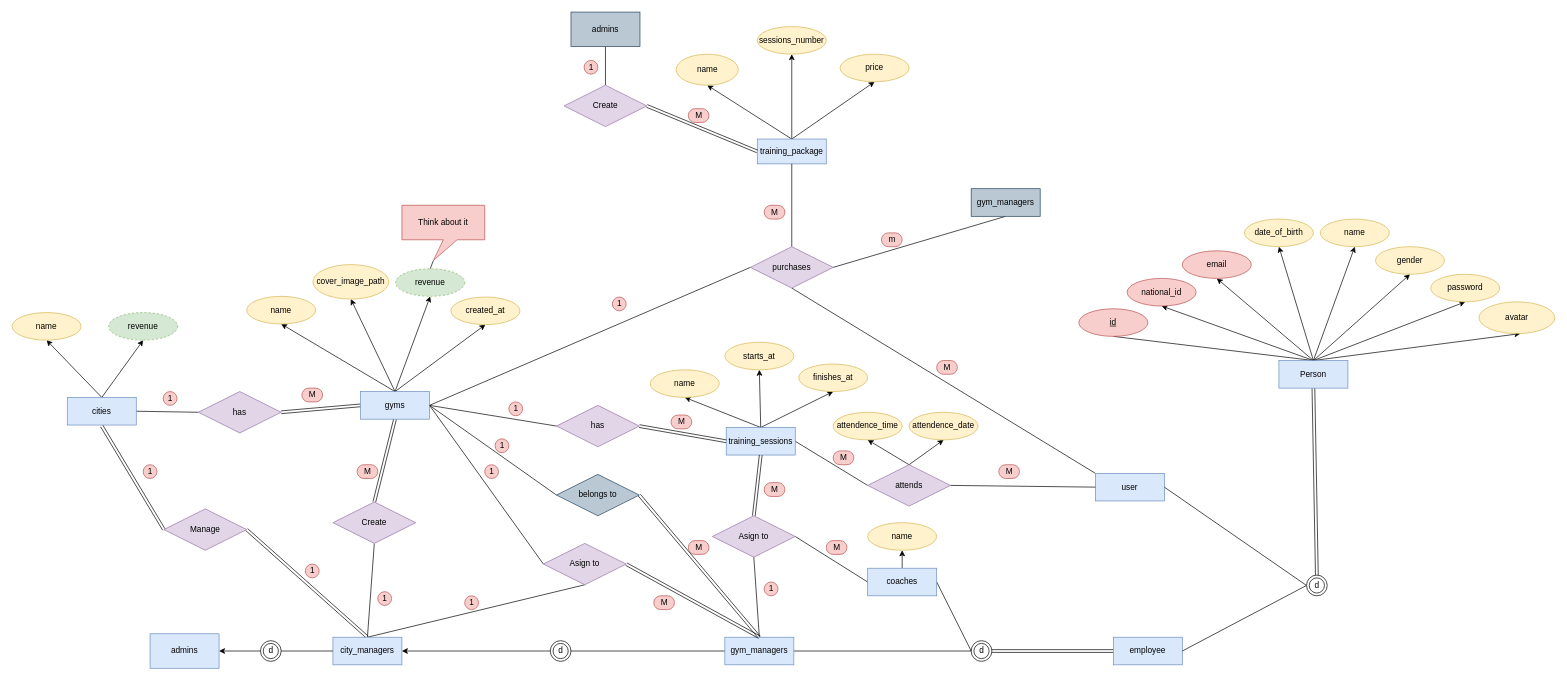
This is page "Final Enhanced ERD" (1 of 2) of 00 Project Material/01 Database/00 ERD/ERD.drawio from ashrafeldawody/GYM-APP, a draw.io file, before an edit. Source tidied: cells renumbered, new cells numbered last; positions are measured from the earlier drawing's top-left corner, leaving out a move shared by most shapes. Both pictures are drawn from the tidied source at 69%, with x=0, y=0 at pixel (12, 12).
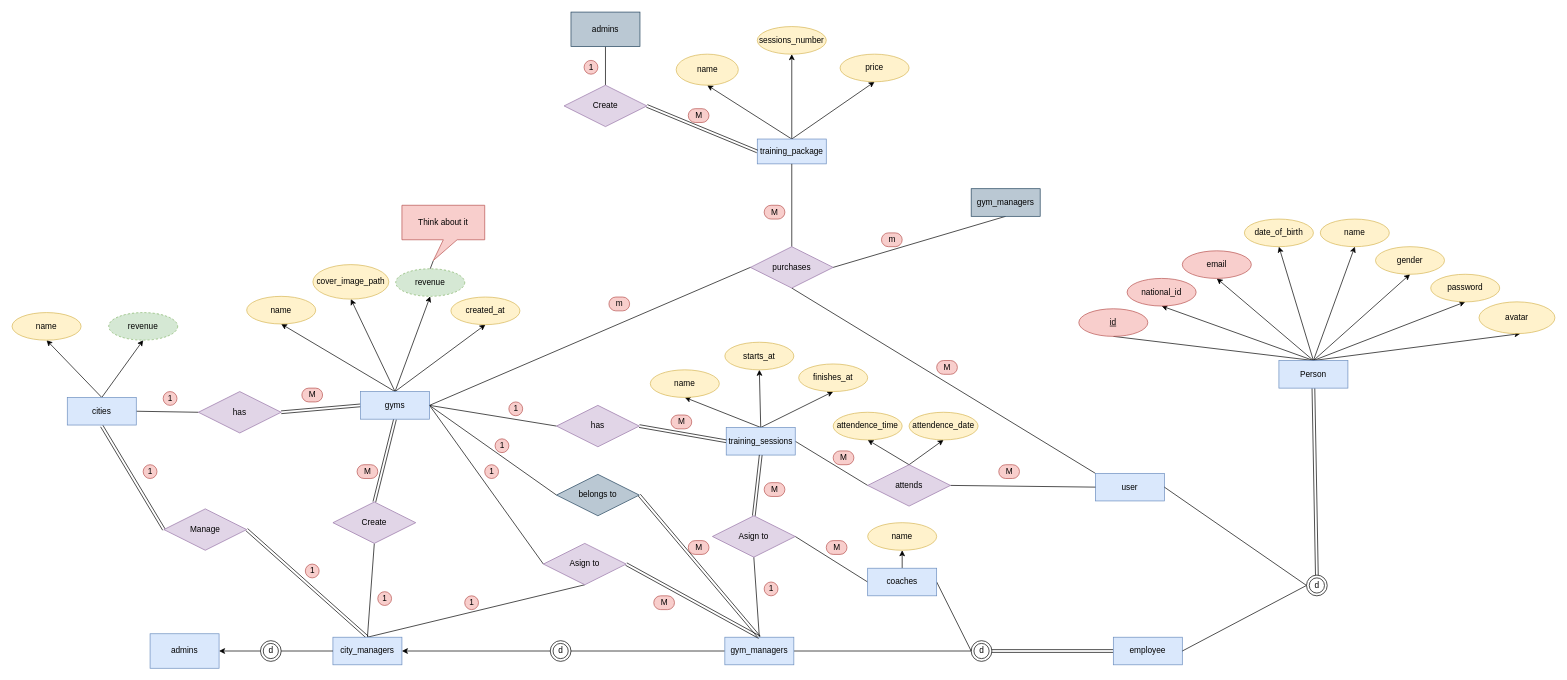
After the change.

Commit message:
Modifying one to many relation in purchases erd

What changed in the source:
```diff
@@
-    <mxCell id="139" value="1" style="text;html=1;align=center;verticalAlign=middle;fillColor=#f8cecc;strokeColor=#b85450;rounded=1;arcSize=50;" parent="1" vertex="1">
-      <mxGeometry x="870" y="413" width="20" height="20" as="geometry" />
+    <mxCell id="139" value="m" style="text;html=1;align=center;verticalAlign=middle;fillColor=#f8cecc;strokeColor=#b85450;rounded=1;arcSize=50;" parent="1" vertex="1">
+      <mxGeometry x="865" y="413" width="30" height="20" as="geometry" />
     </mxCell>
```
